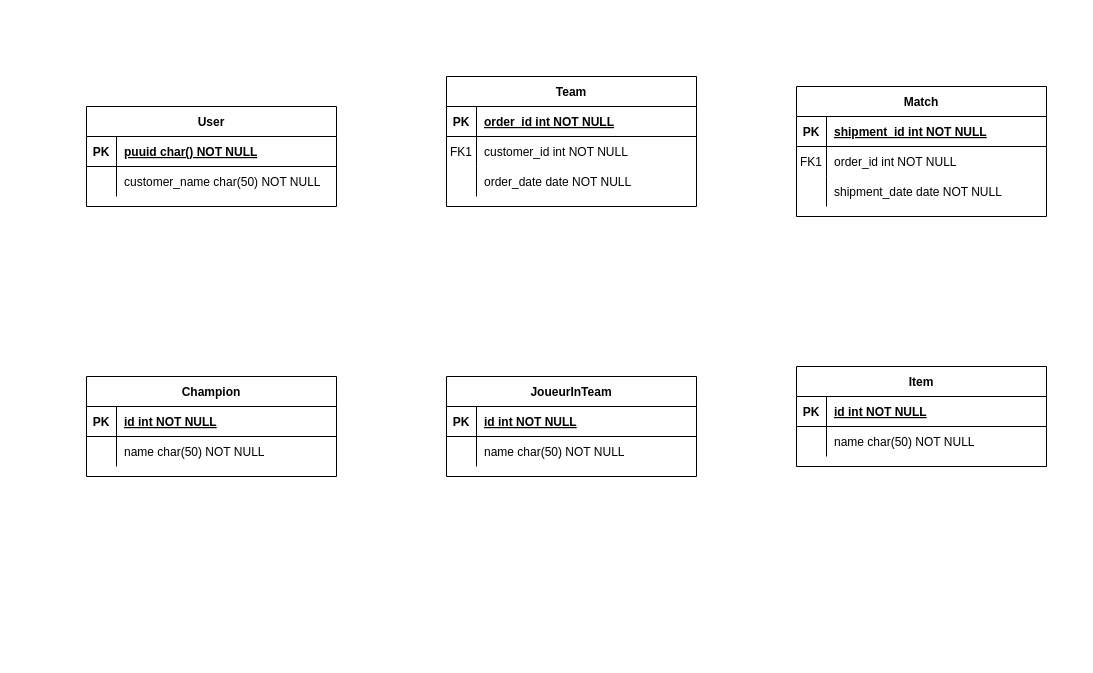
Earlier version of the draw.io diagram Image Prod/Diagramme de donnees.drawio (Niyo-D-JC/HelpWork). Source tidied: cells renumbered, new cells numbered last; positions are measured from the earlier drawing's top-left corner, leaving out a move shared by most shapes. Both pictures are drawn from the tidied source at 100%, with x=0, y=0 at pixel (86, 76).
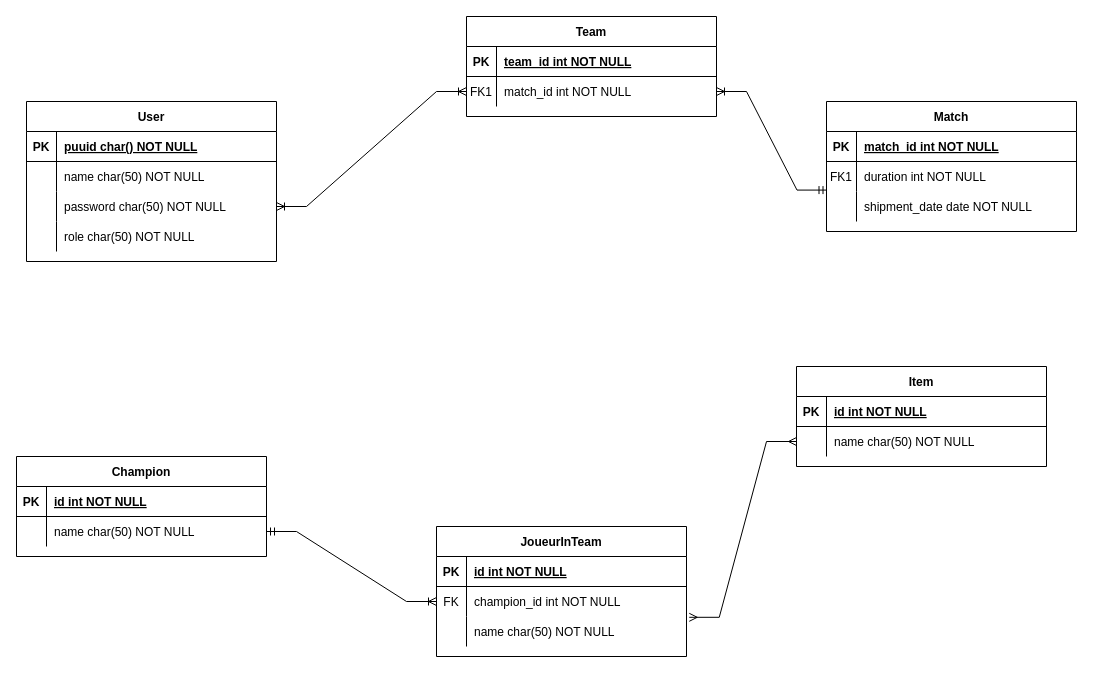
The same diagram, later.

Unchanged cells that the change refers to:
```xml
<mxCell id="3" style="shape=partialRectangle;fillColor=none;top=0;left=0;right=0;bottom=1;" parent="2" vertex="1">
  <mxGeometry y="30" width="250" height="30" as="geometry" />
</mxCell>
<mxCell id="6" style="shape=partialRectangle;fillColor=none;points=[[0,0.5],[1,0.5]];portConstraint=eastwest;top=0;left=0;right=0;bottom=0;" parent="2" vertex="1">
  <mxGeometry y="60" width="250" height="30" as="geometry" />
</mxCell>
<mxCell id="13" style="shape=partialRectangle;fillColor=none;top=0;left=0;right=0;bottom=1;" parent="12" vertex="1">
  <mxGeometry y="30" width="250" height="30" as="geometry" />
</mxCell>
<mxCell id="16" style="shape=partialRectangle;fillColor=none;top=0;left=0;right=0;bottom=0;" parent="12" vertex="1">
  <mxGeometry y="60" width="250" height="30" as="geometry" />
</mxCell>
<mxCell id="19" style="shape=partialRectangle;fillColor=none;points=[[0,0.5],[1,0.5]];portConstraint=eastwest;top=0;left=0;right=0;bottom=0;" parent="12" vertex="1">
  <mxGeometry y="90" width="250" height="30" as="geometry" />
</mxCell>
<mxCell id="26" style="shape=partialRectangle;fillColor=none;top=0;left=0;right=0;bottom=0;" parent="22" vertex="1">
  <mxGeometry y="60" width="250" height="30" as="geometry" />
</mxCell>
<mxCell id="33" style="shape=partialRectangle;fillColor=none;points=[[0,0.5],[1,0.5]];portConstraint=eastwest;top=0;left=0;right=0;bottom=0;" parent="29" vertex="1">
  <mxGeometry y="60" width="250" height="30" as="geometry" />
</mxCell>
<mxCell id="40" style="shape=partialRectangle;fillColor=none;points=[[0,0.5],[1,0.5]];portConstraint=eastwest;top=0;left=0;right=0;bottom=0;" parent="36" vertex="1">
  <mxGeometry y="60" width="250" height="30" as="geometry" />
</mxCell>
<mxCell id="47" style="shape=partialRectangle;fillColor=none;points=[[0,0.5],[1,0.5]];portConstraint=eastwest;top=0;left=0;right=0;bottom=0;" parent="43" vertex="1">
  <mxGeometry y="60" width="250" height="30" as="geometry" />
</mxCell>
```

The edit, as a diff of the source:
```diff
@@
     <mxCell id="2" value="Team" style="shape=table;startSize=30;childLayout=tableLayout;rowLines=0;fontStyle=1;align=center;" parent="1" vertex="1">
-      <mxGeometry x="360" width="250" height="130" as="geometry" />
+      <mxGeometry x="380" y="-60" width="250" height="100" as="geometry" />
     </mxCell>
@@
-    <mxCell id="5" value="order_id int NOT NULL " style="shape=partialRectangle;overflow=hidden;fillColor=none;top=0;left=0;bottom=0;right=0;align=left;spacingLeft=6;fontStyle=5;" parent="3" vertex="1">
+    <mxCell id="5" value="team_id int NOT NULL " style="shape=partialRectangle;overflow=hidden;fillColor=none;top=0;left=0;bottom=0;right=0;align=left;spacingLeft=6;fontStyle=5;" parent="3" vertex="1">
       <mxGeometry x="30" width="220" height="30" as="geometry" />
     </mxCell>
@@
-    <mxCell id="8" value="customer_id int NOT NULL" style="shape=partialRectangle;overflow=hidden;fillColor=none;top=0;left=0;bottom=0;right=0;align=left;spacingLeft=6;" parent="6" vertex="1">
+    <mxCell id="8" value="match_id int NOT NULL" style="shape=partialRectangle;overflow=hidden;fillColor=none;top=0;left=0;bottom=0;right=0;align=left;spacingLeft=6;" parent="6" vertex="1">
       <mxGeometry x="30" width="220" height="30" as="geometry" />
     </mxCell>
-    <mxCell id="9" style="shape=partialRectangle;fillColor=none;top=0;left=0;right=0;bottom=0;" parent="2" vertex="1">
-      <mxGeometry y="90" width="250" height="30" as="geometry" />
-    </mxCell>
-    <mxCell id="10" style="shape=partialRectangle;overflow=hidden;fillColor=none;top=0;left=0;bottom=0;right=0;" parent="9" vertex="1">
-      <mxGeometry width="30" height="30" as="geometry" />
-    </mxCell>
-    <mxCell id="11" value="order_date date NOT NULL" style="shape=partialRectangle;overflow=hidden;fillColor=none;top=0;left=0;bottom=0;right=0;align=left;spacingLeft=6;" parent="9" vertex="1">
-      <mxGeometry x="30" width="220" height="30" as="geometry" />
-    </mxCell>
     <mxCell id="12" value="Match" style="shape=table;startSize=30;childLayout=tableLayout;rowLines=0;fontStyle=1;align=center;" parent="1" vertex="1">
-      <mxGeometry x="710" y="10" width="250" height="130" as="geometry" />
+      <mxGeometry x="740" y="25" width="250" height="130" as="geometry" />
     </mxCell>
@@
-    <mxCell id="15" value="shipment_id int NOT NULL " style="shape=partialRectangle;overflow=hidden;fillColor=none;top=0;left=0;bottom=0;right=0;align=left;spacingLeft=6;fontStyle=5;" parent="13" vertex="1">
+    <mxCell id="15" value="match_id int NOT NULL " style="shape=partialRectangle;overflow=hidden;fillColor=none;top=0;left=0;bottom=0;right=0;align=left;spacingLeft=6;fontStyle=5;" parent="13" vertex="1">
       <mxGeometry x="30" width="220" height="30" as="geometry" />
     </mxCell>
@@
-    <mxCell id="18" value="order_id int NOT NULL" style="shape=partialRectangle;overflow=hidden;fillColor=none;top=0;left=0;bottom=0;right=0;align=left;spacingLeft=6;" parent="16" vertex="1">
+    <mxCell id="18" value="duration int NOT NULL" style="shape=partialRectangle;overflow=hidden;fillColor=none;top=0;left=0;bottom=0;right=0;align=left;spacingLeft=6;" parent="16" vertex="1">
       <mxGeometry x="30" width="220" height="30" as="geometry" />
     </mxCell>
@@
     <mxCell id="22" value="User" style="shape=table;startSize=30;childLayout=tableLayout;rowLines=0;fontStyle=1;align=center;" parent="1" vertex="1">
-      <mxGeometry y="30" width="250" height="100" as="geometry" />
+      <mxGeometry x="-60" y="25" width="250" height="160" as="geometry" />
     </mxCell>
@@
-    <mxCell id="28" value="customer_name char(50) NOT NULL" style="shape=partialRectangle;overflow=hidden;fillColor=none;top=0;left=0;bottom=0;right=0;align=left;spacingLeft=6;" parent="26" vertex="1">
+    <mxCell id="28" value="name char(50) NOT NULL" style="shape=partialRectangle;overflow=hidden;fillColor=none;top=0;left=0;bottom=0;right=0;align=left;spacingLeft=6;" parent="26" vertex="1">
       <mxGeometry x="30" width="220" height="30" as="geometry" />
     </mxCell>
+    <mxCell id="50" style="shape=partialRectangle;fillColor=none;top=0;left=0;right=0;bottom=0;" parent="22" vertex="1">
+      <mxGeometry y="90" width="250" height="30" as="geometry" />
+    </mxCell>
+    <mxCell id="51" style="shape=partialRectangle;overflow=hidden;fillColor=none;top=0;left=0;bottom=0;right=0;" parent="50" vertex="1">
+      <mxGeometry width="30" height="30" as="geometry" />
+    </mxCell>
+    <mxCell id="52" value="password char(50) NOT NULL" style="shape=partialRectangle;overflow=hidden;fillColor=none;top=0;left=0;bottom=0;right=0;align=left;spacingLeft=6;" parent="50" vertex="1">
+      <mxGeometry x="30" width="220" height="30" as="geometry" />
+    </mxCell>
+    <mxCell id="53" style="shape=partialRectangle;fillColor=none;top=0;left=0;right=0;bottom=0;" parent="22" vertex="1">
+      <mxGeometry y="120" width="250" height="30" as="geometry" />
+    </mxCell>
+    <mxCell id="54" style="shape=partialRectangle;overflow=hidden;fillColor=none;top=0;left=0;bottom=0;right=0;" parent="53" vertex="1">
+      <mxGeometry width="30" height="30" as="geometry" />
+    </mxCell>
+    <mxCell id="55" value="role char(50) NOT NULL" style="shape=partialRectangle;overflow=hidden;fillColor=none;top=0;left=0;bottom=0;right=0;align=left;spacingLeft=6;" parent="53" vertex="1">
+      <mxGeometry x="30" width="220" height="30" as="geometry" />
+    </mxCell>
     <mxCell id="29" value="Champion" style="shape=table;startSize=30;childLayout=tableLayout;rowLines=0;fontStyle=1;align=center;" parent="1" vertex="1">
-      <mxGeometry y="300" width="250" height="100" as="geometry" />
+      <mxGeometry x="-70" y="380" width="250" height="100" as="geometry" />
     </mxCell>
@@
     <mxCell id="36" value="JoueurInTeam" style="shape=table;startSize=30;childLayout=tableLayout;rowLines=0;fontStyle=1;align=center;" parent="1" vertex="1">
-      <mxGeometry x="360" y="300" width="250" height="100" as="geometry" />
+      <mxGeometry x="350" y="450" width="250" height="130" as="geometry" />
     </mxCell>
@@
-    <mxCell id="41" style="shape=partialRectangle;overflow=hidden;fillColor=none;top=0;left=0;bottom=0;right=0;" parent="40" vertex="1">
+    <mxCell id="41" value="FK" style="shape=partialRectangle;overflow=hidden;fillColor=none;top=0;left=0;bottom=0;right=0;" parent="40" vertex="1">
       <mxGeometry width="30" height="30" as="geometry" />
     </mxCell>
-    <mxCell id="42" value="name char(50) NOT NULL" style="shape=partialRectangle;overflow=hidden;fillColor=none;top=0;left=0;bottom=0;right=0;align=left;spacingLeft=6;" parent="40" vertex="1">
+    <mxCell id="42" value="champion_id int NOT NULL" style="shape=partialRectangle;overflow=hidden;fillColor=none;top=0;left=0;bottom=0;right=0;align=left;spacingLeft=6;" parent="40" vertex="1">
       <mxGeometry x="30" width="220" height="30" as="geometry" />
     </mxCell>
+    <mxCell id="56" style="shape=partialRectangle;fillColor=none;top=0;left=0;right=0;bottom=0;" parent="36" vertex="1">
+      <mxGeometry y="90" width="250" height="30" as="geometry" />
+    </mxCell>
+    <mxCell id="57" style="shape=partialRectangle;overflow=hidden;fillColor=none;top=0;left=0;bottom=0;right=0;" parent="56" vertex="1">
+      <mxGeometry width="30" height="30" as="geometry" />
+    </mxCell>
+    <mxCell id="58" value="name char(50) NOT NULL" style="shape=partialRectangle;overflow=hidden;fillColor=none;top=0;left=0;bottom=0;right=0;align=left;spacingLeft=6;" parent="56" vertex="1">
+      <mxGeometry x="30" width="220" height="30" as="geometry" />
+    </mxCell>
@@
+    <mxCell id="59" style="edgeStyle=entityRelationEdgeStyle;fontSize=12;html=1;endArrow=ERmany;startArrow=ERmany;rounded=0;entryX=0;entryY=0.5;entryDx=0;entryDy=0;exitX=1.011;exitY=1.027;exitDx=0;exitDy=0;exitPerimeter=0;" parent="1" edge="1" source="40" target="47">
+      <mxGeometry relative="1" as="geometry" />
+    </mxCell>
+    <mxCell id="60" style="edgeStyle=entityRelationEdgeStyle;fontSize=12;html=1;endArrow=ERoneToMany;startArrow=ERmandOne;rounded=0;entryX=0;entryY=0.5;entryDx=0;entryDy=0;" parent="1" edge="1" source="33" target="40">
+      <mxGeometry relative="1" as="geometry" />
+    </mxCell>
+    <mxCell id="61" style="edgeStyle=entityRelationEdgeStyle;fontSize=12;html=1;endArrow=ERoneToMany;startArrow=ERmandOne;rounded=0;entryX=1;entryY=0.5;entryDx=0;entryDy=0;exitX=0.002;exitY=-0.047;exitDx=0;exitDy=0;exitPerimeter=0;" parent="1" edge="1" source="19" target="6">
+      <mxGeometry relative="1" as="geometry">
+        <Array as="points">
+          <mxPoint x="780" y="65" />
+          <mxPoint x="630" y="80" />
+          <mxPoint x="650" y="30" />
+          <mxPoint x="650" y="80" />
+        </Array>
+      </mxGeometry>
+    </mxCell>
+    <mxCell id="62" style="edgeStyle=entityRelationEdgeStyle;fontSize=12;html=1;endArrow=ERoneToMany;startArrow=ERoneToMany;rounded=0;entryX=0;entryY=0.5;entryDx=0;entryDy=0;" parent="1" edge="1" target="6">
+      <mxGeometry relative="1" as="geometry">
+        <mxPoint x="190" y="130" as="sourcePoint" />
+        <Array as="points">
+          <mxPoint x="290" y="90" />
+          <mxPoint x="320" y="130" />
+          <mxPoint x="290" y="80" />
+        </Array>
+      </mxGeometry>
+    </mxCell>
```
